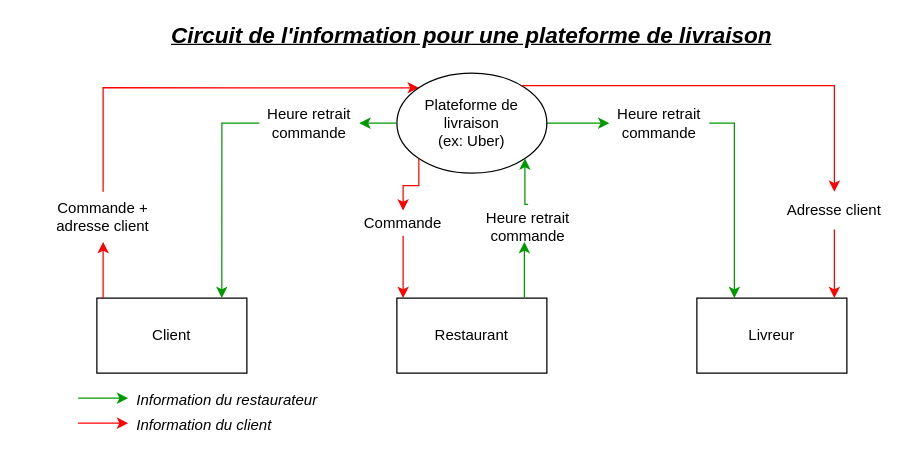
Earlier version of the draw.io diagram graphs/livraison_flow.drawio (AbcSxyZ/Culture-Numerique). Source tidied: cells renumbered, new cells numbered last; positions are measured from the earlier drawing's top-left corner, leaving out a move shared by most shapes. Both pictures are drawn from the tidied source at 125%, with x=0, y=0 at pixel (21, 22).
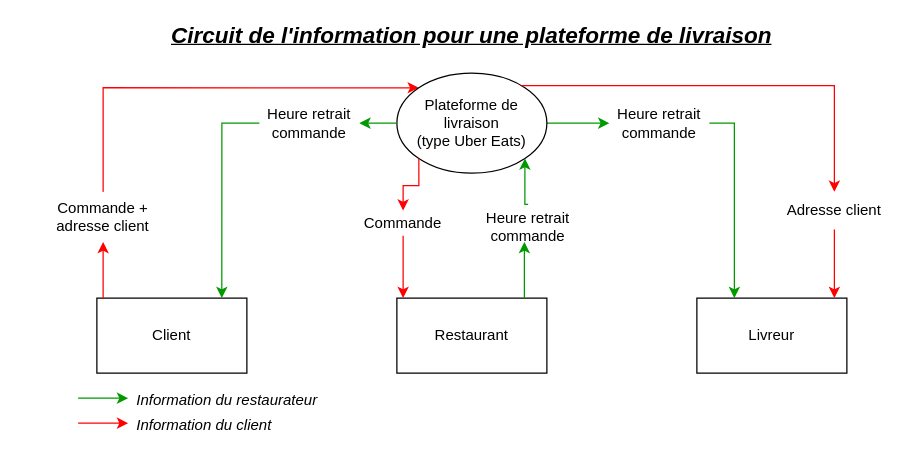
Above is the later version.

Commit message:
Rename Uber to Uber eats

Diff of the diagram source:
```diff
@@
-    <mxCell id="9" value="&lt;div&gt;Plateforme de&lt;br&gt;&lt;/div&gt;&lt;div&gt;livraison&lt;/div&gt;&lt;div&gt;(ex: Uber)&lt;br&gt;&lt;/div&gt;" style="ellipse;whiteSpace=wrap;html=1;" parent="1" vertex="1">
+    <mxCell id="9" value="&lt;div&gt;Plateforme de&lt;br&gt;&lt;/div&gt;&lt;div&gt;livraison&lt;/div&gt;&lt;div&gt;(type Uber Eats)&lt;br&gt;&lt;/div&gt;" style="ellipse;whiteSpace=wrap;html=1;" parent="1" vertex="1">
       <mxGeometry x="300" y="40" width="120" height="80" as="geometry" />
     </mxCell>
```
